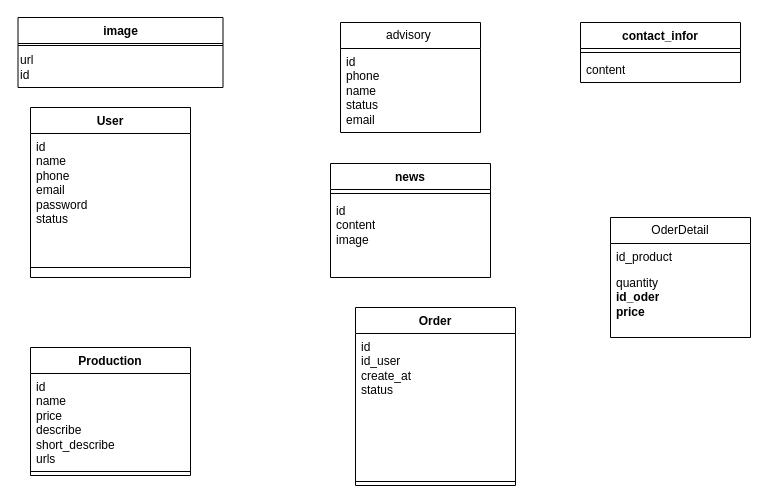
Before: lop du kien.drawio in leehoang21/uml, a draw.io diagram. Source tidied: cells renumbered, new cells numbered last; positions are measured from the earlier drawing's top-left corner, leaving out a move shared by most shapes. Both pictures are drawn from the tidied source at 100%, with x=0, y=0 at pixel (18, 17).
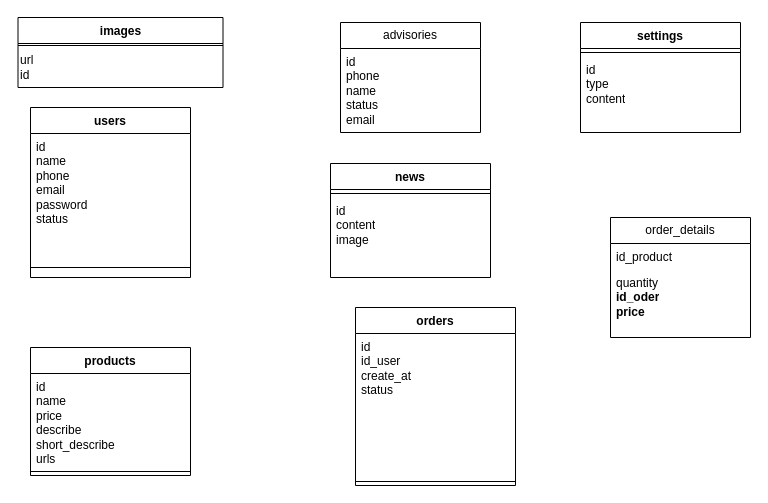
The same page after the edit.

What changed in the source:
```diff
@@
-    <mxCell id="2" value="image" style="swimlane;fontStyle=1;align=center;verticalAlign=top;horizontal=1;startSize=26;whiteSpace=wrap;html=1;" parent="1" vertex="1">
+    <mxCell id="2" value="images" style="swimlane;fontStyle=1;align=center;verticalAlign=top;horizontal=1;startSize=26;whiteSpace=wrap;html=1;" parent="1" vertex="1">
       <mxGeometry x="-0.5" width="205" height="70" as="geometry" />
     </mxCell>
@@
-    <mxCell id="5" value="contact_infor" style="swimlane;fontStyle=1;align=center;verticalAlign=top;horizontal=1;startSize=26;whiteSpace=wrap;html=1;" parent="1" vertex="1">
-      <mxGeometry x="562" y="5" width="160" height="60" as="geometry" />
+    <mxCell id="5" value="settings" style="swimlane;fontStyle=1;align=center;verticalAlign=top;horizontal=1;startSize=26;whiteSpace=wrap;html=1;" parent="1" vertex="1">
+      <mxGeometry x="562" y="5" width="160" height="110" as="geometry" />
     </mxCell>
@@
-    <mxCell id="7" value="content" style="text;strokeColor=none;fillColor=none;align=left;verticalAlign=top;spacingLeft=4;spacingRight=4;overflow=hidden;whiteSpace=wrap;html=1;" parent="5" vertex="1">
-      <mxGeometry y="34" width="160" height="26" as="geometry" />
+    <mxCell id="7" value="id&lt;br&gt;type&lt;br&gt;content" style="text;strokeColor=none;fillColor=none;align=left;verticalAlign=top;spacingLeft=4;spacingRight=4;overflow=hidden;whiteSpace=wrap;html=1;" parent="5" vertex="1">
+      <mxGeometry y="34" width="160" height="76" as="geometry" />
     </mxCell>
-    <mxCell id="8" value="User" style="swimlane;fontStyle=1;align=center;verticalAlign=top;horizontal=1;startSize=26;whiteSpace=wrap;html=1;" parent="1" vertex="1">
+    <mxCell id="8" value="users" style="swimlane;fontStyle=1;align=center;verticalAlign=top;horizontal=1;startSize=26;whiteSpace=wrap;html=1;" parent="1" vertex="1">
       <mxGeometry x="12" y="90" width="160" height="170" as="geometry" />
     </mxCell>
@@
-    <mxCell id="14" value="Order" style="swimlane;fontStyle=1;align=center;verticalAlign=top;horizontal=1;startSize=26;whiteSpace=wrap;html=1;" parent="1" vertex="1">
+    <mxCell id="14" value="orders" style="swimlane;fontStyle=1;align=center;verticalAlign=top;horizontal=1;startSize=26;whiteSpace=wrap;html=1;" parent="1" vertex="1">
       <mxGeometry x="337" y="290" width="160" height="178" as="geometry" />
     </mxCell>
@@
-    <mxCell id="17" value="Production" style="swimlane;fontStyle=1;align=center;verticalAlign=top;horizontal=1;startSize=26;whiteSpace=wrap;html=1;" parent="1" vertex="1">
+    <mxCell id="17" value="products" style="swimlane;fontStyle=1;align=center;verticalAlign=top;horizontal=1;startSize=26;whiteSpace=wrap;html=1;" parent="1" vertex="1">
       <mxGeometry x="12" y="330" width="160" height="128" as="geometry" />
     </mxCell>
@@
-    <mxCell id="20" value="OderDetail" style="swimlane;fontStyle=0;horizontal=1;startSize=26;fillColor=none;whiteSpace=wrap;html=1;" parent="1" vertex="1">
+    <mxCell id="20" value="order_details" style="swimlane;fontStyle=0;horizontal=1;startSize=26;fillColor=none;whiteSpace=wrap;html=1;" parent="1" vertex="1">
       <mxGeometry x="592" y="200" width="140" height="120" as="geometry" />
     </mxCell>
@@
-    <mxCell id="23" value="advisory&amp;nbsp;" style="swimlane;fontStyle=0;horizontal=1;startSize=26;fillColor=none;whiteSpace=wrap;html=1;" parent="1" vertex="1">
+    <mxCell id="23" value="advisories" style="swimlane;fontStyle=0;horizontal=1;startSize=26;fillColor=none;whiteSpace=wrap;html=1;" parent="1" vertex="1">
       <mxGeometry x="322" y="5" width="140" height="110" as="geometry" />
     </mxCell>
```
